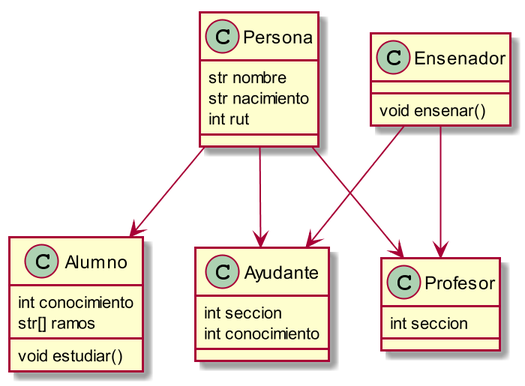
This is Actividades/AC01/uml_diagram.png from contranton/IIC2233, a PlantUML export, as it was before one commit.
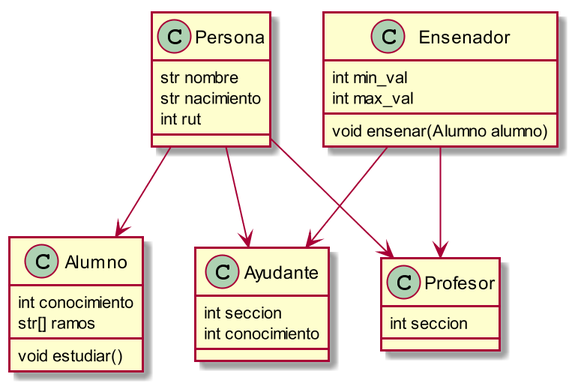
The same file after the commit.

Change to the diagram source:
```diff
@@ -8,7 +8,10 @@
 }
 
 class Ensenador{
-      void ensenar()
+      int min_val
+      int max_val
+
+      void ensenar(Alumno alumno)
 }
 
 class Alumno{
```
